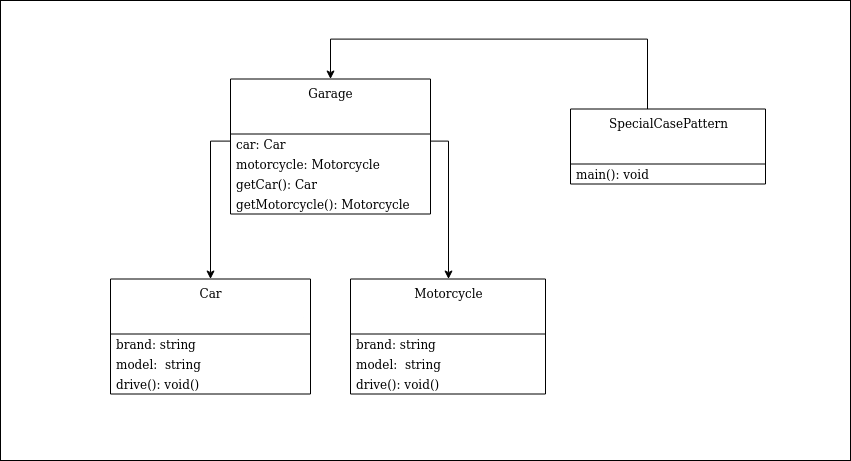
The draw.io diagram images/clean-code-error-handling/SpecialCasePattern-1.png in GabrielSlima/blog, before a commit. Source tidied: cells renumbered, new cells last; positions are measured from the earlier drawing's top-left corner, leaving out a move shared by most shapes.
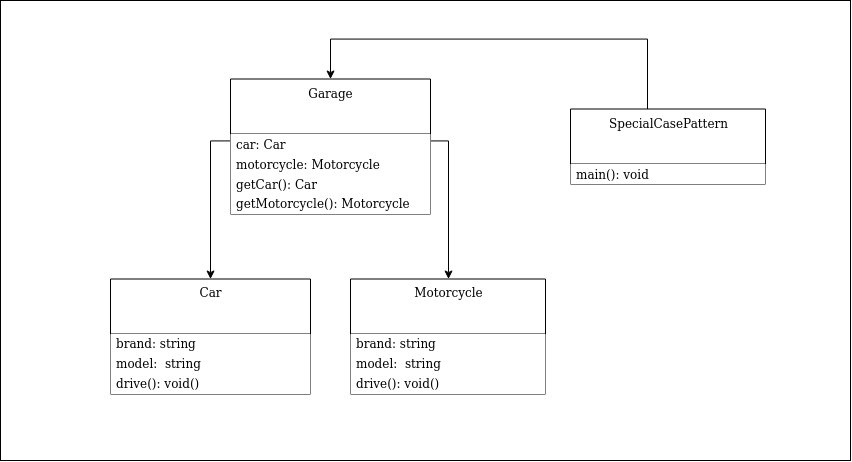
The same file after the commit.

The edit, as a diff of the source:
```diff
@@ -22,40 +22,40 @@
     <mxCell id="5" value="Garage" style="swimlane;fontStyle=0;align=center;verticalAlign=top;horizontal=1;startSize=55;html=1;" parent="1" vertex="1">
       <mxGeometry x="230" y="78.5" width="200" height="135" as="geometry" />
     </mxCell>
-    <mxCell id="6" value="&lt;div&gt;car: Car&lt;/div&gt;" style="text;html=1;strokeColor=none;fillColor=none;align=left;verticalAlign=middle;spacingLeft=4;spacingRight=4;overflow=hidden;" parent="5" vertex="1">
+    <mxCell id="6" value="&lt;div&gt;car: Car&lt;/div&gt;" style="text;html=1;strokeColor=none;align=left;verticalAlign=middle;spacingLeft=4;spacingRight=4;overflow=hidden;fillColor=#ffffff;" parent="5" vertex="1">
       <mxGeometry y="55" width="200" height="20" as="geometry" />
     </mxCell>
-    <mxCell id="7" value="&lt;div&gt;motorcycle: Motorcycle&lt;/div&gt;" style="text;html=1;strokeColor=none;fillColor=none;align=left;verticalAlign=middle;spacingLeft=4;spacingRight=4;overflow=hidden;" parent="5" vertex="1">
+    <mxCell id="7" value="&lt;div&gt;motorcycle: Motorcycle&lt;/div&gt;" style="text;html=1;strokeColor=none;align=left;verticalAlign=middle;spacingLeft=4;spacingRight=4;overflow=hidden;fillColor=#ffffff;" parent="5" vertex="1">
       <mxGeometry y="75" width="200" height="20" as="geometry" />
     </mxCell>
-    <mxCell id="8" value="&lt;div&gt;getCar(): Car&lt;/div&gt;" style="text;html=1;strokeColor=none;fillColor=none;align=left;verticalAlign=middle;spacingLeft=4;spacingRight=4;overflow=hidden;" parent="5" vertex="1">
+    <mxCell id="8" value="&lt;div&gt;getCar(): Car&lt;/div&gt;" style="text;html=1;strokeColor=none;align=left;verticalAlign=middle;spacingLeft=4;spacingRight=4;overflow=hidden;fillColor=#ffffff;" parent="5" vertex="1">
       <mxGeometry y="95" width="200" height="20" as="geometry" />
     </mxCell>
-    <mxCell id="9" value="&lt;div&gt;getMotorcycle(): Motorcycle&lt;/div&gt;" style="text;html=1;strokeColor=none;fillColor=none;align=left;verticalAlign=middle;spacingLeft=4;spacingRight=4;overflow=hidden;" parent="5" vertex="1">
+    <mxCell id="9" value="&lt;div&gt;getMotorcycle(): Motorcycle&lt;/div&gt;" style="text;html=1;strokeColor=none;align=left;verticalAlign=middle;spacingLeft=4;spacingRight=4;overflow=hidden;fillColor=#ffffff;" parent="5" vertex="1">
       <mxGeometry y="115" width="200" height="20" as="geometry" />
     </mxCell>
     <mxCell id="10" value="Motorcycle" style="swimlane;fontStyle=0;align=center;verticalAlign=top;horizontal=1;startSize=55;html=1;" parent="1" vertex="1">
       <mxGeometry x="350" y="278.5" width="195" height="115" as="geometry" />
     </mxCell>
-    <mxCell id="11" value="brand: string" style="text;html=1;strokeColor=none;fillColor=none;align=left;verticalAlign=middle;spacingLeft=4;spacingRight=4;overflow=hidden;" parent="10" vertex="1">
+    <mxCell id="11" value="brand: string" style="text;html=1;strokeColor=none;align=left;verticalAlign=middle;spacingLeft=4;spacingRight=4;overflow=hidden;fillColor=#ffffff;" parent="10" vertex="1">
       <mxGeometry y="55" width="195" height="20" as="geometry" />
     </mxCell>
-    <mxCell id="12" value="&lt;div&gt;model:&amp;nbsp; string&lt;/div&gt;" style="text;html=1;strokeColor=none;fillColor=none;align=left;verticalAlign=middle;spacingLeft=4;spacingRight=4;overflow=hidden;" parent="10" vertex="1">
+    <mxCell id="12" value="&lt;div&gt;model:&amp;nbsp; string&lt;/div&gt;" style="text;html=1;strokeColor=none;align=left;verticalAlign=middle;spacingLeft=4;spacingRight=4;overflow=hidden;fillColor=#ffffff;" parent="10" vertex="1">
       <mxGeometry y="75" width="195" height="20" as="geometry" />
     </mxCell>
-    <mxCell id="13" value="&lt;div&gt;drive(): void()&lt;/div&gt;" style="text;html=1;strokeColor=none;fillColor=none;align=left;verticalAlign=middle;spacingLeft=4;spacingRight=4;overflow=hidden;" parent="10" vertex="1">
+    <mxCell id="13" value="&lt;div&gt;drive(): void()&lt;/div&gt;" style="text;html=1;strokeColor=none;align=left;verticalAlign=middle;spacingLeft=4;spacingRight=4;overflow=hidden;fillColor=#ffffff;" parent="10" vertex="1">
       <mxGeometry y="95" width="195" height="20" as="geometry" />
     </mxCell>
     <mxCell id="14" value="Car" style="swimlane;fontStyle=0;align=center;verticalAlign=top;horizontal=1;startSize=55;html=1;" parent="1" vertex="1">
       <mxGeometry x="110" y="278.5" width="200" height="115" as="geometry" />
     </mxCell>
-    <mxCell id="15" value="brand: string" style="text;html=1;strokeColor=none;fillColor=none;align=left;verticalAlign=middle;spacingLeft=4;spacingRight=4;overflow=hidden;" parent="14" vertex="1">
+    <mxCell id="15" value="brand: string" style="text;html=1;strokeColor=none;align=left;verticalAlign=middle;spacingLeft=4;spacingRight=4;overflow=hidden;fillColor=#ffffff;" parent="14" vertex="1">
       <mxGeometry y="55" width="200" height="20" as="geometry" />
     </mxCell>
-    <mxCell id="16" value="&lt;div&gt;model:&amp;nbsp; string&lt;/div&gt;" style="text;html=1;strokeColor=none;fillColor=none;align=left;verticalAlign=middle;spacingLeft=4;spacingRight=4;overflow=hidden;" parent="14" vertex="1">
+    <mxCell id="16" value="&lt;div&gt;model:&amp;nbsp; string&lt;/div&gt;" style="text;html=1;strokeColor=none;align=left;verticalAlign=middle;spacingLeft=4;spacingRight=4;overflow=hidden;fillColor=#ffffff;" parent="14" vertex="1">
       <mxGeometry y="75" width="200" height="20" as="geometry" />
     </mxCell>
-    <mxCell id="17" value="&lt;div&gt;drive(): void()&lt;/div&gt;" style="text;html=1;strokeColor=none;fillColor=none;align=left;verticalAlign=middle;spacingLeft=4;spacingRight=4;overflow=hidden;" parent="14" vertex="1">
+    <mxCell id="17" value="&lt;div&gt;drive(): void()&lt;/div&gt;" style="text;html=1;strokeColor=none;align=left;verticalAlign=middle;spacingLeft=4;spacingRight=4;overflow=hidden;fillColor=#ffffff;" parent="14" vertex="1">
       <mxGeometry y="95" width="200" height="20" as="geometry" />
     </mxCell>
     <mxCell id="18" style="edgeStyle=orthogonalEdgeStyle;rounded=0;jettySize=auto;html=1;entryX=0.5;entryY=0;entryDx=0;entryDy=0;" parent="1" edge="1" source="19" target="5">
@@ -69,7 +69,7 @@
     <mxCell id="19" value="SpecialCasePattern" style="swimlane;fontStyle=0;align=center;verticalAlign=top;horizontal=1;startSize=55;html=1;" parent="1" vertex="1">
       <mxGeometry x="570" y="108.5" width="195" height="75" as="geometry" />
     </mxCell>
-    <mxCell id="20" value="&lt;div&gt;main(): void&lt;/div&gt;" style="text;html=1;strokeColor=none;fillColor=none;align=left;verticalAlign=middle;spacingLeft=4;spacingRight=4;overflow=hidden;" parent="19" vertex="1">
+    <mxCell id="20" value="&lt;div&gt;main(): void&lt;/div&gt;" style="text;html=1;strokeColor=none;align=left;verticalAlign=middle;spacingLeft=4;spacingRight=4;overflow=hidden;fillColor=#ffffff;" parent="19" vertex="1">
       <mxGeometry y="55" width="195" height="20" as="geometry" />
     </mxCell>
   </root>
```
